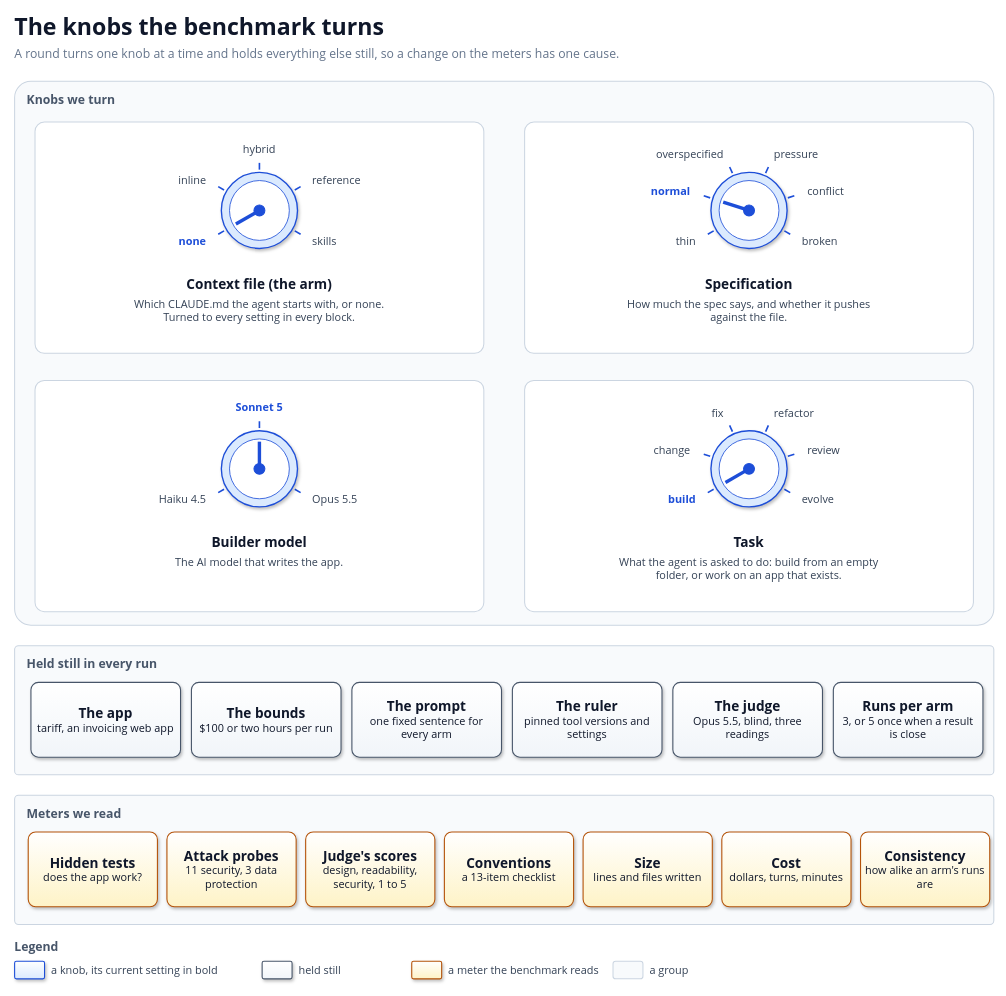
Above: docs/diagrams/knobs.drawio in solid-ai-dev/solid-ai-benchmark (draw.io), before the change. Source tidied: cells renumbered, new cells numbered last; positions are measured from the earlier drawing's top-left corner, leaving out a move shared by most shapes. Both pictures are drawn from the tidied source at 68%, with x=0, y=0 at pixel (14, 12).
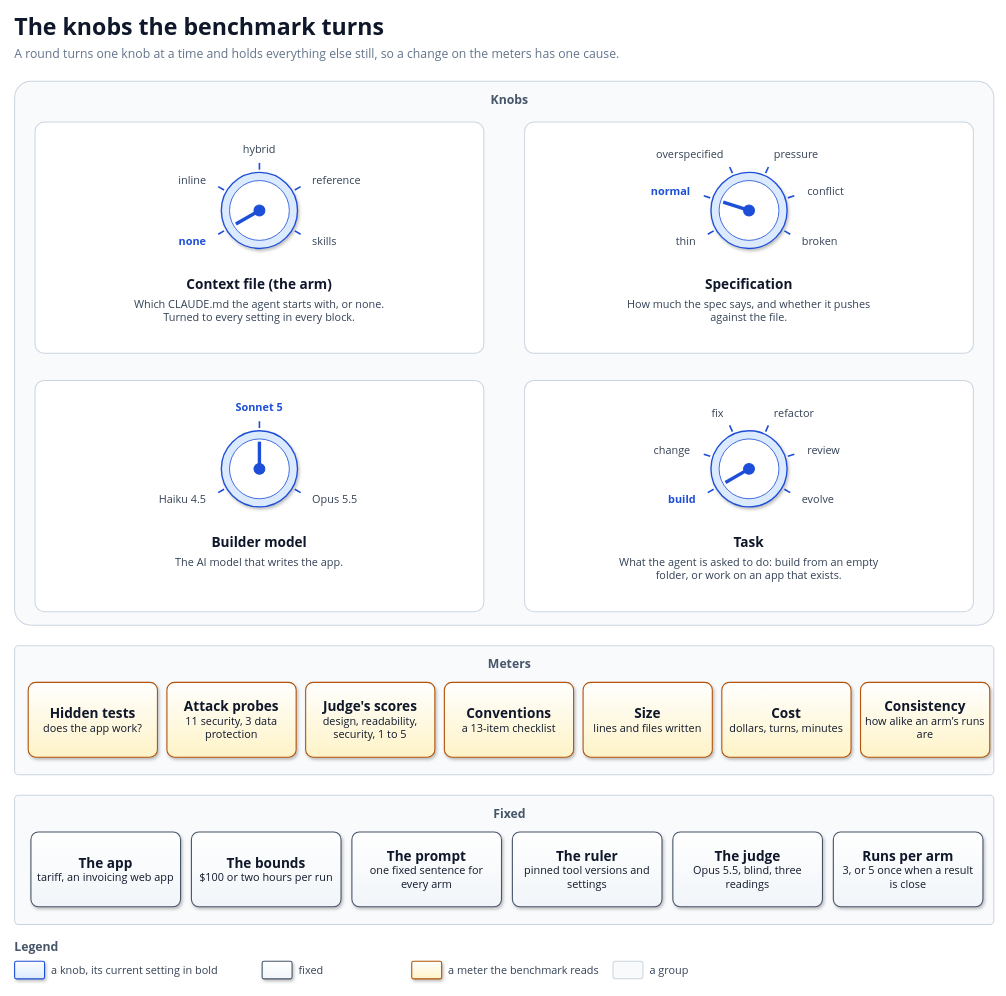
After the change.

Commit message (it also covers changes not shown here):
docs(primer): title the knob groups Knobs, Meters and Fixed, centred (#30)

The three groups get short centred titles, and the meters now come
before what is fixed.


Claude-Session: https://claude.ai/code/session_01HVh8GVGd72WUJ3BvM7TXQn

Diff of the diagram source:
```diff
@@
-    <mxCell id="4" value="Knobs we turn" style="rounded=1;arcSize=3;whiteSpace=wrap;html=1;fillColor=#F8FAFC;strokeColor=#CBD5E1;strokeWidth=1.5;verticalAlign=top;align=left;spacingLeft=16;spacingTop=10;fontFamily=Segoe UI;fontSize=18;fontStyle=1;fontColor=#475569;" parent="1" vertex="1">
+    <mxCell id="4" value="Knobs" style="rounded=1;arcSize=3;whiteSpace=wrap;html=1;fillColor=#F8FAFC;strokeColor=#CBD5E1;strokeWidth=1.5;verticalAlign=top;align=center;spacingLeft=16;spacingTop=10;fontFamily=Segoe UI;fontSize=18;fontStyle=1;fontColor=#475569;" parent="1" vertex="1">
       <mxGeometry y="102" width="1440" height="800" as="geometry" />
     </mxCell>
@@
-    <mxCell id="73" value="Held still in every run" style="rounded=1;arcSize=3;whiteSpace=wrap;html=1;fillColor=#F8FAFC;strokeColor=#CBD5E1;strokeWidth=1.5;verticalAlign=top;align=left;spacingLeft=16;spacingTop=10;fontFamily=Segoe UI;fontSize=18;fontStyle=1;fontColor=#475569;" parent="1" vertex="1">
-      <mxGeometry y="932" width="1440" height="190" as="geometry" />
+    <mxCell id="73" value="Fixed" style="rounded=1;arcSize=3;whiteSpace=wrap;html=1;fillColor=#F8FAFC;strokeColor=#CBD5E1;strokeWidth=1.5;verticalAlign=top;align=center;spacingLeft=16;spacingTop=10;fontFamily=Segoe UI;fontSize=18;fontStyle=1;fontColor=#475569;" parent="1" vertex="1">
+      <mxGeometry y="1152" width="1440" height="190" as="geometry" />
     </mxCell>
     <mxCell id="74" value="&lt;b style='font-size:20px'&gt;The app&lt;/b&gt;&lt;br&gt;&lt;span style='font-size:16px'&gt;tariff, an invoicing web app&lt;/span&gt;" style="rounded=1;arcSize=10;whiteSpace=wrap;html=1;fillColor=#F1F5F9;gradientColor=#FFFFFF;gradientDirection=north;strokeColor=#475569;strokeWidth=1.6;shadow=1;align=center;verticalAlign=middle;fontFamily=Segoe UI;fontColor=#0F172A;spacing=8;" parent="1" vertex="1">
-      <mxGeometry x="24" y="986" width="220" height="110" as="geometry" />
+      <mxGeometry x="24" y="1206" width="220" height="110" as="geometry" />
     </mxCell>
     <mxCell id="75" value="&lt;b style='font-size:20px'&gt;The bounds&lt;/b&gt;&lt;br&gt;&lt;span style='font-size:16px'&gt;$100 or two hours per run&lt;/span&gt;" style="rounded=1;arcSize=10;whiteSpace=wrap;html=1;fillColor=#F1F5F9;gradientColor=#FFFFFF;gradientDirection=north;strokeColor=#475569;strokeWidth=1.6;shadow=1;align=center;verticalAlign=middle;fontFamily=Segoe UI;fontColor=#0F172A;spacing=8;" parent="1" vertex="1">
-      <mxGeometry x="260" y="986" width="220" height="110" as="geometry" />
+      <mxGeometry x="260" y="1206" width="220" height="110" as="geometry" />
     </mxCell>
     <mxCell id="76" value="&lt;b style='font-size:20px'&gt;The prompt&lt;/b&gt;&lt;br&gt;&lt;span style='font-size:16px'&gt;one fixed sentence for every arm&lt;/span&gt;" style="rounded=1;arcSize=10;whiteSpace=wrap;html=1;fillColor=#F1F5F9;gradientColor=#FFFFFF;gradientDirection=north;strokeColor=#475569;strokeWidth=1.6;shadow=1;align=center;verticalAlign=middle;fontFamily=Segoe UI;fontColor=#0F172A;spacing=8;" parent="1" vertex="1">
-      <mxGeometry x="496" y="986" width="220" height="110" as="geometry" />
+      <mxGeometry x="496" y="1206" width="220" height="110" as="geometry" />
     </mxCell>
     <mxCell id="77" value="&lt;b style='font-size:20px'&gt;The ruler&lt;/b&gt;&lt;br&gt;&lt;span style='font-size:16px'&gt;pinned tool versions and settings&lt;/span&gt;" style="rounded=1;arcSize=10;whiteSpace=wrap;html=1;fillColor=#F1F5F9;gradientColor=#FFFFFF;gradientDirection=north;strokeColor=#475569;strokeWidth=1.6;shadow=1;align=center;verticalAlign=middle;fontFamily=Segoe UI;fontColor=#0F172A;spacing=8;" parent="1" vertex="1">
-      <mxGeometry x="732" y="986" width="220" height="110" as="geometry" />
+      <mxGeometry x="732" y="1206" width="220" height="110" as="geometry" />
     </mxCell>
     <mxCell id="78" value="&lt;b style='font-size:20px'&gt;The judge&lt;/b&gt;&lt;br&gt;&lt;span style='font-size:16px'&gt;Opus 5.5, blind, three readings&lt;/span&gt;" style="rounded=1;arcSize=10;whiteSpace=wrap;html=1;fillColor=#F1F5F9;gradientColor=#FFFFFF;gradientDirection=north;strokeColor=#475569;strokeWidth=1.6;shadow=1;align=center;verticalAlign=middle;fontFamily=Segoe UI;fontColor=#0F172A;spacing=8;" parent="1" vertex="1">
-      <mxGeometry x="968" y="986" width="220" height="110" as="geometry" />
+      <mxGeometry x="968" y="1206" width="220" height="110" as="geometry" />
     </mxCell>
     <mxCell id="79" value="&lt;b style='font-size:20px'&gt;Runs per arm&lt;/b&gt;&lt;br&gt;&lt;span style='font-size:16px'&gt;3, or 5 once when a result is close&lt;/span&gt;" style="rounded=1;arcSize=10;whiteSpace=wrap;html=1;fillColor=#F1F5F9;gradientColor=#FFFFFF;gradientDirection=north;strokeColor=#475569;strokeWidth=1.6;shadow=1;align=center;verticalAlign=middle;fontFamily=Segoe UI;fontColor=#0F172A;spacing=8;" parent="1" vertex="1">
-      <mxGeometry x="1204" y="986" width="220" height="110" as="geometry" />
+      <mxGeometry x="1204" y="1206" width="220" height="110" as="geometry" />
     </mxCell>
-    <mxCell id="80" value="Meters we read" style="rounded=1;arcSize=3;whiteSpace=wrap;html=1;fillColor=#F8FAFC;strokeColor=#CBD5E1;strokeWidth=1.5;verticalAlign=top;align=left;spacingLeft=16;spacingTop=10;fontFamily=Segoe UI;fontSize=18;fontStyle=1;fontColor=#475569;" parent="1" vertex="1">
-      <mxGeometry y="1152" width="1440" height="190" as="geometry" />
+    <mxCell id="80" value="Meters" style="rounded=1;arcSize=3;whiteSpace=wrap;html=1;fillColor=#F8FAFC;strokeColor=#CBD5E1;strokeWidth=1.5;verticalAlign=top;align=center;spacingLeft=16;spacingTop=10;fontFamily=Segoe UI;fontSize=18;fontStyle=1;fontColor=#475569;" parent="1" vertex="1">
+      <mxGeometry y="932" width="1440" height="190" as="geometry" />
     </mxCell>
     <mxCell id="81" value="&lt;b style='font-size:20px'&gt;Hidden tests&lt;/b&gt;&lt;br&gt;&lt;span style='font-size:16px'&gt;does the app work?&lt;/span&gt;" style="rounded=1;arcSize=10;whiteSpace=wrap;html=1;fillColor=#FEF3C7;gradientColor=#FFFFFF;gradientDirection=north;strokeColor=#B45309;strokeWidth=1.6;shadow=1;align=center;verticalAlign=middle;fontFamily=Segoe UI;fontColor=#0F172A;spacing=8;" parent="1" vertex="1">
-      <mxGeometry x="20" y="1206" width="190" height="110" as="geometry" />
+      <mxGeometry x="20" y="986" width="190" height="110" as="geometry" />
     </mxCell>
     <mxCell id="82" value="&lt;b style='font-size:20px'&gt;Attack probes&lt;/b&gt;&lt;br&gt;&lt;span style='font-size:16px'&gt;11 security, 3 data protection&lt;/span&gt;" style="rounded=1;arcSize=10;whiteSpace=wrap;html=1;fillColor=#FEF3C7;gradientColor=#FFFFFF;gradientDirection=north;strokeColor=#B45309;strokeWidth=1.6;shadow=1;align=center;verticalAlign=middle;fontFamily=Segoe UI;fontColor=#0F172A;spacing=8;" parent="1" vertex="1">
-      <mxGeometry x="224" y="1206" width="190" height="110" as="geometry" />
+      <mxGeometry x="224" y="986" width="190" height="110" as="geometry" />
     </mxCell>
     <mxCell id="83" value="&lt;b style='font-size:20px'&gt;Judge's scores&lt;/b&gt;&lt;br&gt;&lt;span style='font-size:16px'&gt;design, readability, security, 1 to 5&lt;/span&gt;" style="rounded=1;arcSize=10;whiteSpace=wrap;html=1;fillColor=#FEF3C7;gradientColor=#FFFFFF;gradientDirection=north;strokeColor=#B45309;strokeWidth=1.6;shadow=1;align=center;verticalAlign=middle;fontFamily=Segoe UI;fontColor=#0F172A;spacing=8;" parent="1" vertex="1">
-      <mxGeometry x="428" y="1206" width="190" height="110" as="geometry" />
+      <mxGeometry x="428" y="986" width="190" height="110" as="geometry" />
     </mxCell>
     <mxCell id="84" value="&lt;b style='font-size:20px'&gt;Conventions&lt;/b&gt;&lt;br&gt;&lt;span style='font-size:16px'&gt;a 13-item checklist&lt;/span&gt;" style="rounded=1;arcSize=10;whiteSpace=wrap;html=1;fillColor=#FEF3C7;gradientColor=#FFFFFF;gradientDirection=north;strokeColor=#B45309;strokeWidth=1.6;shadow=1;align=center;verticalAlign=middle;fontFamily=Segoe UI;fontColor=#0F172A;spacing=8;" parent="1" vertex="1">
-      <mxGeometry x="632" y="1206" width="190" height="110" as="geometry" />
+      <mxGeometry x="632" y="986" width="190" height="110" as="geometry" />
     </mxCell>
     <mxCell id="85" value="&lt;b style='font-size:20px'&gt;Size&lt;/b&gt;&lt;br&gt;&lt;span style='font-size:16px'&gt;lines and files written&lt;/span&gt;" style="rounded=1;arcSize=10;whiteSpace=wrap;html=1;fillColor=#FEF3C7;gradientColor=#FFFFFF;gradientDirection=north;strokeColor=#B45309;strokeWidth=1.6;shadow=1;align=center;verticalAlign=middle;fontFamily=Segoe UI;fontColor=#0F172A;spacing=8;" parent="1" vertex="1">
-      <mxGeometry x="836" y="1206" width="190" height="110" as="geometry" />
+      <mxGeometry x="836" y="986" width="190" height="110" as="geometry" />
     </mxCell>
     <mxCell id="86" value="&lt;b style='font-size:20px'&gt;Cost&lt;/b&gt;&lt;br&gt;&lt;span style='font-size:16px'&gt;dollars, turns, minutes&lt;/span&gt;" style="rounded=1;arcSize=10;whiteSpace=wrap;html=1;fillColor=#FEF3C7;gradientColor=#FFFFFF;gradientDirection=north;strokeColor=#B45309;strokeWidth=1.6;shadow=1;align=center;verticalAlign=middle;fontFamily=Segoe UI;fontColor=#0F172A;spacing=8;" parent="1" vertex="1">
-      <mxGeometry x="1040" y="1206" width="190" height="110" as="geometry" />
+      <mxGeometry x="1040" y="986" width="190" height="110" as="geometry" />
     </mxCell>
     <mxCell id="87" value="&lt;b style='font-size:20px'&gt;Consistency&lt;/b&gt;&lt;br&gt;&lt;span style='font-size:16px'&gt;how alike an arm's runs are&lt;/span&gt;" style="rounded=1;arcSize=10;whiteSpace=wrap;html=1;fillColor=#FEF3C7;gradientColor=#FFFFFF;gradientDirection=north;strokeColor=#B45309;strokeWidth=1.6;shadow=1;align=center;verticalAlign=middle;fontFamily=Segoe UI;fontColor=#0F172A;spacing=8;" parent="1" vertex="1">
-      <mxGeometry x="1244" y="1206" width="190" height="110" as="geometry" />
+      <mxGeometry x="1244" y="986" width="190" height="110" as="geometry" />
     </mxCell>
@@
-    <mxCell id="92" value="held still" style="text;html=1;whiteSpace=wrap;strokeColor=none;fillColor=none;align=left;verticalAlign=middle;fontFamily=Segoe UI;fontSize=16;fontColor=#334155;fontStyle=0;spacing=0;" parent="1" vertex="1">
+    <mxCell id="92" value="fixed" style="text;html=1;whiteSpace=wrap;strokeColor=none;fillColor=none;align=left;verticalAlign=middle;fontFamily=Segoe UI;fontSize=16;fontColor=#334155;fontStyle=0;spacing=0;" parent="1" vertex="1">
       <mxGeometry x="418" y="1396" width="300" height="26" as="geometry" />
     </mxCell>
```
